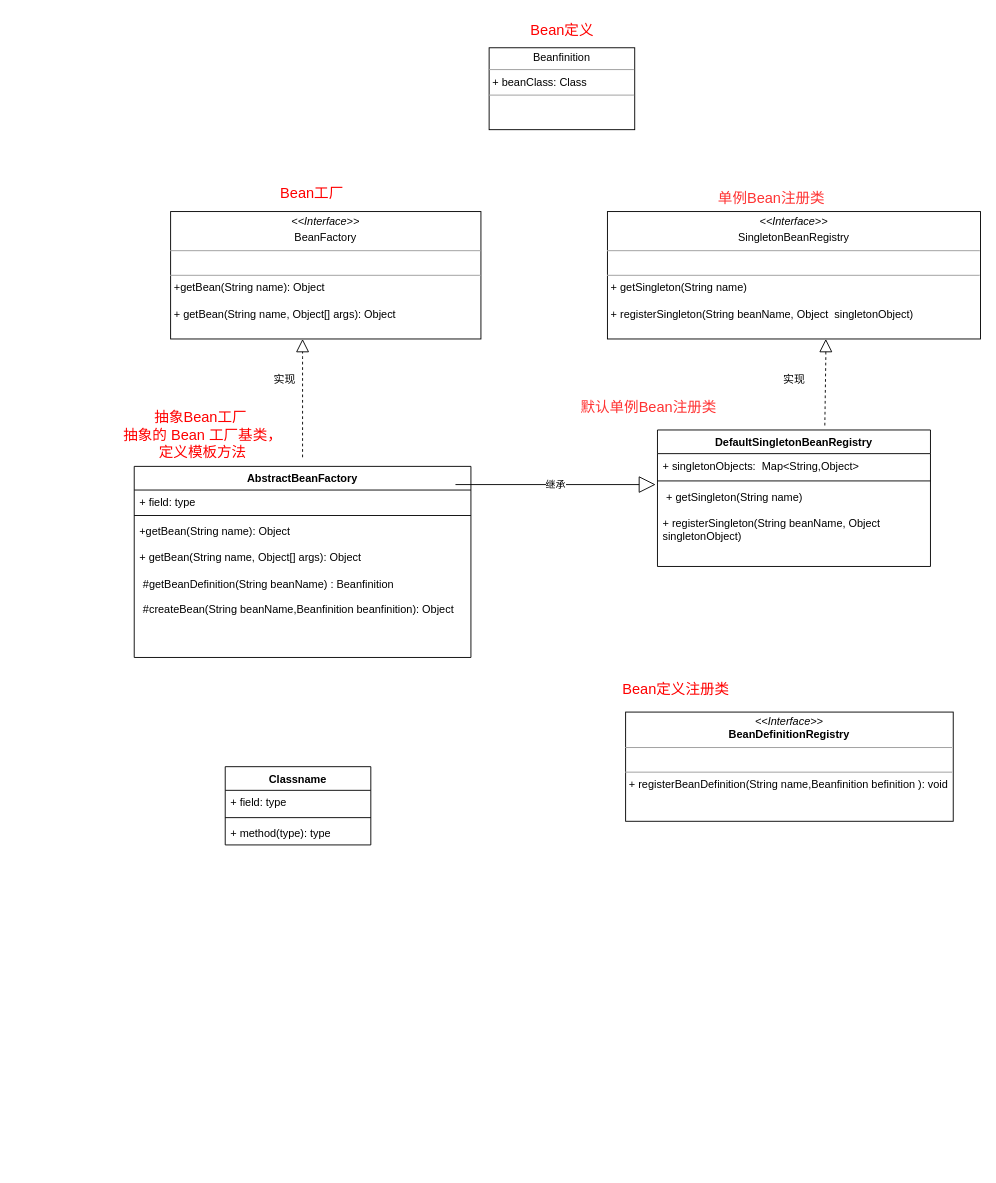
The draw.io diagram page "第 2 页" (2 of 2) of Spring框架-1.drawio in cmorwh/file_uml, before the edit. Source tidied: cells renumbered, new cells numbered last; positions are measured from the earlier drawing's top-left corner, leaving out a move shared by most shapes. Both pictures are drawn from the tidied source at 91%, with x=0, y=0 at pixel (111, 15).
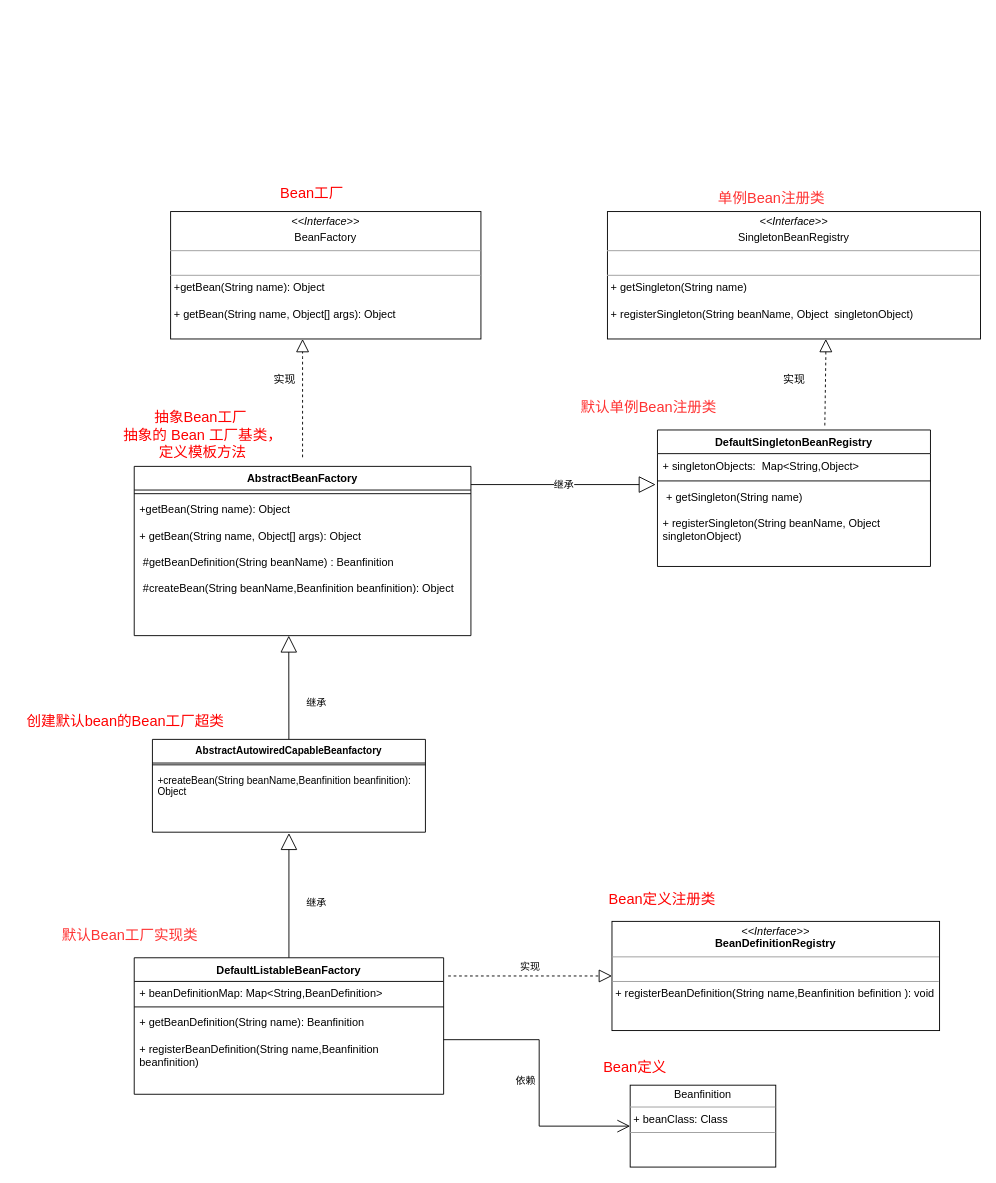
Above is the later version.

Commit message:
更新Spring框架-2-简单容器类图.drawio

Change to the diagram source:
```diff
@@
+    <mxCell id="29" style="edgeStyle=none;shape=connector;rounded=1;jettySize=auto;html=1;entryX=0.5;entryY=1.014;entryDx=0;entryDy=0;entryPerimeter=0;labelBackgroundColor=default;strokeColor=default;fontFamily=Helvetica;fontSize=11;fontColor=default;endArrow=block;endFill=0;endSize=16;" parent="1" edge="1" source="30" target="42">
+      <mxGeometry relative="1" as="geometry" />
+    </mxCell>
+    <mxCell id="30" value="DefaultListableBeanFactory" style="swimlane;fontStyle=1;align=center;verticalAlign=top;horizontal=1;startSize=26;whiteSpace=wrap;html=1;" parent="1" vertex="1">
+      <mxGeometry x="25" y="1035" width="340" height="150" as="geometry" />
+    </mxCell>
+    <mxCell id="31" value="+ beanDefinitionMap: Map&amp;lt;String,BeanDefinition&amp;gt;" style="text;strokeColor=none;fillColor=none;align=left;verticalAlign=top;spacingLeft=4;spacingRight=4;overflow=hidden;whiteSpace=wrap;html=1;" parent="30" vertex="1">
+      <mxGeometry y="26" width="340" height="24" as="geometry" />
+    </mxCell>
+    <mxCell id="32" style="line;strokeWidth=1;fillColor=none;align=left;verticalAlign=middle;spacingTop=-1;spacingLeft=3;spacingRight=3;labelPosition=right;strokeColor=inherit;" parent="30" vertex="1">
+      <mxGeometry y="50" width="340" height="8" as="geometry" />
+    </mxCell>
+    <mxCell id="33" value="&lt;div&gt;+ getBeanDefinition(String name): Beanfinition&lt;/div&gt;&lt;div&gt;&lt;br&gt;&lt;/div&gt;&lt;div&gt;+ registerBeanDefinition(String name,Beanfinition beanfinition)&lt;br&gt;&lt;/div&gt;" style="text;strokeColor=none;fillColor=none;align=left;verticalAlign=top;spacingLeft=4;spacingRight=4;overflow=hidden;whiteSpace=wrap;html=1;" parent="30" vertex="1">
+      <mxGeometry y="58" width="340" height="92" as="geometry" />
+    </mxCell>
@@
     <mxCell id="3" value="AbstractBeanFactory" style="swimlane;fontStyle=1;align=center;verticalAlign=top;horizontal=1;startSize=26;whiteSpace=wrap;html=1;" parent="1" vertex="1">
-      <mxGeometry x="25" y="495" width="370" height="210" as="geometry" />
+      <mxGeometry x="25" y="495" width="370" height="186" as="geometry" />
     </mxCell>
-    <mxCell id="4" value="+ field: type" style="text;strokeColor=none;fillColor=none;align=left;verticalAlign=top;spacingLeft=4;spacingRight=4;overflow=hidden;whiteSpace=wrap;html=1;" parent="3" vertex="1">
-      <mxGeometry y="26" width="370" height="24" as="geometry" />
-    </mxCell>
     <mxCell id="5" style="line;strokeWidth=1;fillColor=none;align=left;verticalAlign=middle;spacingTop=-1;spacingLeft=3;spacingRight=3;labelPosition=right;strokeColor=inherit;" parent="3" vertex="1">
-      <mxGeometry y="50" width="370" height="8" as="geometry" />
+      <mxGeometry y="26" width="370" height="8" as="geometry" />
     </mxCell>
     <mxCell id="6" value="&lt;div&gt;+getBean(String name): Object&lt;/div&gt;&lt;div&gt;&lt;br&gt;&lt;/div&gt;&lt;div&gt;+ getBean(String name, Object[] args): Object&lt;br&gt;&lt;br&gt;&lt;p style=&quot;margin:0px;margin-left:4px;&quot; align=&quot;left&quot;&gt;#getBeanDefinition(String beanName) : Beanfinition&lt;/p&gt;&lt;p style=&quot;margin:0px;margin-left:4px;&quot; align=&quot;left&quot;&gt;&lt;br&gt;&lt;/p&gt;&lt;p style=&quot;margin:0px;margin-left:4px;&quot; align=&quot;left&quot;&gt;#createBean(String beanName,Beanfinition beanfinition): Object&lt;br&gt;&lt;/p&gt;&lt;p style=&quot;margin:0px;margin-left:4px;&quot; align=&quot;left&quot;&gt;&lt;br&gt;&lt;/p&gt;&lt;br&gt;&lt;/div&gt;" style="text;strokeColor=none;fillColor=none;align=left;verticalAlign=top;spacingLeft=4;spacingRight=4;overflow=hidden;points=[[0,0.5],[1,0.5]];portConstraint=eastwest;whiteSpace=wrap;html=1;" parent="3" vertex="1">
-      <mxGeometry y="58" width="370" height="152" as="geometry" />
+      <mxGeometry y="34" width="370" height="152" as="geometry" />
     </mxCell>
@@
+    <mxCell id="27" value="&lt;p style=&quot;margin:0px;margin-top:4px;text-align:center;&quot;&gt;&lt;i&gt;&amp;lt;&amp;lt;Interface&amp;gt;&amp;gt;&lt;/i&gt;&lt;br&gt;&lt;b&gt;BeanDefinitionRegistry&lt;/b&gt;&lt;br&gt;&lt;/p&gt;&lt;hr size=&quot;1&quot;&gt;&lt;p style=&quot;margin:0px;margin-left:4px;&quot;&gt;&lt;br&gt;&lt;/p&gt;&lt;hr size=&quot;1&quot;&gt;&lt;p style=&quot;margin:0px;margin-left:4px;&quot;&gt;+ registerBeanDefinition(String name,Beanfinition befinition ): void&lt;br&gt;&lt;/p&gt;" style="verticalAlign=top;align=left;overflow=fill;fontSize=12;fontFamily=Helvetica;html=1;whiteSpace=wrap;fontColor=default;" parent="1" vertex="1">
+      <mxGeometry x="550" y="995" width="360" height="120" as="geometry" />
+    </mxCell>
+    <mxCell id="28" value="&lt;font style=&quot;font-size: 16px;&quot; color=&quot;#ff0000&quot;&gt;Bean定义注册类&lt;/font&gt;" style="text;html=1;align=center;verticalAlign=middle;strokeColor=none;fillColor=none;fontSize=11;fontFamily=Helvetica;fontColor=default;" parent="1" vertex="1">
+      <mxGeometry x="535" y="955" width="140" height="30" as="geometry" />
+    </mxCell>
+    <mxCell id="12" value="&lt;p style=&quot;margin:0px;margin-top:4px;text-align:center;&quot;&gt;Beanfinition&lt;/p&gt;&lt;hr size=&quot;1&quot;&gt;&lt;p style=&quot;margin:0px;margin-left:4px;&quot;&gt;+ beanClass: Class &lt;/p&gt;&lt;hr size=&quot;1&quot;&gt;&lt;p style=&quot;margin:0px;margin-left:4px;&quot;&gt;&lt;br&gt;&lt;/p&gt;" style="verticalAlign=top;align=left;overflow=fill;fontSize=12;fontFamily=Helvetica;html=1;whiteSpace=wrap;" parent="1" vertex="1">
+      <mxGeometry x="570" y="1175" width="160" height="90" as="geometry" />
+    </mxCell>
+    <mxCell id="34" style="endArrow=open;endFill=1;endSize=12;html=1;rounded=0;labelBackgroundColor=default;strokeColor=default;fontFamily=Helvetica;fontSize=11;fontColor=default;shape=connector;entryX=0;entryY=0.5;entryDx=0;entryDy=0;" parent="1" edge="1" target="12">
+      <mxGeometry relative="1" as="geometry">
+        <mxPoint x="365" y="1125" as="sourcePoint" />
+        <Array as="points">
+          <mxPoint x="470" y="1125" />
+          <mxPoint x="470" y="1220" />
+        </Array>
+      </mxGeometry>
+    </mxCell>
+    <mxCell id="35" value="依赖" style="text;html=1;align=center;verticalAlign=middle;strokeColor=none;fillColor=none;fontSize=11;fontFamily=Helvetica;fontColor=default;" parent="1" vertex="1">
+      <mxGeometry x="430" y="1155" width="50" height="30" as="geometry" />
+    </mxCell>
+    <mxCell id="36" style="endArrow=block;dashed=1;endFill=0;endSize=12;html=1;rounded=0;strokeColor=default;entryX=0;entryY=0.5;entryDx=0;entryDy=0;" parent="1" edge="1" target="27">
+      <mxGeometry relative="1" as="geometry">
+        <mxPoint x="370" y="1055" as="sourcePoint" />
+        <Array as="points">
+          <mxPoint x="450" y="1055" />
+        </Array>
+      </mxGeometry>
+    </mxCell>
+    <mxCell id="37" value="实现" style="text;html=1;align=center;verticalAlign=middle;strokeColor=none;fillColor=none;fontSize=11;fontFamily=Helvetica;fontColor=default;" parent="1" vertex="1">
+      <mxGeometry x="435" y="1030" width="50" height="30" as="geometry" />
+    </mxCell>
@@
-    <mxCell id="12" value="&lt;p style=&quot;margin:0px;margin-top:4px;text-align:center;&quot;&gt;Beanfinition&lt;/p&gt;&lt;hr size=&quot;1&quot;&gt;&lt;p style=&quot;margin:0px;margin-left:4px;&quot;&gt;+ beanClass: Class &lt;/p&gt;&lt;hr size=&quot;1&quot;&gt;&lt;p style=&quot;margin:0px;margin-left:4px;&quot;&gt;&lt;br&gt;&lt;/p&gt;" style="verticalAlign=top;align=left;overflow=fill;fontSize=12;fontFamily=Helvetica;html=1;whiteSpace=wrap;" parent="1" vertex="1">
-      <mxGeometry x="415" y="35" width="160" height="90" as="geometry" />
-    </mxCell>
-    <mxCell id="13" value="&lt;font style=&quot;font-size: 16px;&quot;&gt;Bean定义&lt;/font&gt;" style="text;html=1;align=center;verticalAlign=middle;strokeColor=none;fillColor=none;fontColor=#FF0000;" parent="1" vertex="1">
-      <mxGeometry x="450" width="90" height="30" as="geometry" />
-    </mxCell>
@@
-    <mxCell id="21" value="Classname" style="swimlane;fontStyle=1;align=center;verticalAlign=top;horizontal=1;startSize=26;whiteSpace=wrap;html=1;" parent="1" vertex="1">
-      <mxGeometry x="125" y="825" width="160" height="86" as="geometry" />
-    </mxCell>
-    <mxCell id="22" value="+ field: type" style="text;strokeColor=none;fillColor=none;align=left;verticalAlign=top;spacingLeft=4;spacingRight=4;overflow=hidden;whiteSpace=wrap;html=1;" parent="21" vertex="1">
-      <mxGeometry y="26" width="160" height="26" as="geometry" />
-    </mxCell>
-    <mxCell id="23" style="line;strokeWidth=1;fillColor=none;align=left;verticalAlign=middle;spacingTop=-1;spacingLeft=3;spacingRight=3;labelPosition=right;strokeColor=inherit;" parent="21" vertex="1">
-      <mxGeometry y="52" width="160" height="8" as="geometry" />
-    </mxCell>
-    <mxCell id="24" value="+ method(type): type" style="text;strokeColor=none;fillColor=none;align=left;verticalAlign=top;spacingLeft=4;spacingRight=4;overflow=hidden;whiteSpace=wrap;html=1;" parent="21" vertex="1">
-      <mxGeometry y="60" width="160" height="26" as="geometry" />
-    </mxCell>
     <mxCell id="25" value="继承" style="endArrow=block;endSize=16;endFill=0;html=1;rounded=1;labelBackgroundColor=default;strokeColor=default;fontFamily=Helvetica;fontSize=11;fontColor=default;shape=connector;" parent="1" edge="1">
       <mxGeometry relative="1" as="geometry">
-        <mxPoint x="378" y="515" as="sourcePoint" />
+        <mxPoint x="395" y="515" as="sourcePoint" />
         <mxPoint x="598" y="515" as="targetPoint" />
       </mxGeometry>
     </mxCell>
@@
-    <mxCell id="27" value="&lt;p style=&quot;margin:0px;margin-top:4px;text-align:center;&quot;&gt;&lt;i&gt;&amp;lt;&amp;lt;Interface&amp;gt;&amp;gt;&lt;/i&gt;&lt;br&gt;&lt;b&gt;BeanDefinitionRegistry&lt;/b&gt;&lt;br&gt;&lt;/p&gt;&lt;hr size=&quot;1&quot;&gt;&lt;p style=&quot;margin:0px;margin-left:4px;&quot;&gt;&lt;br&gt;&lt;/p&gt;&lt;hr size=&quot;1&quot;&gt;&lt;p style=&quot;margin:0px;margin-left:4px;&quot;&gt;+ registerBeanDefinition(String name,Beanfinition befinition ): void&lt;br&gt;&lt;/p&gt;" style="verticalAlign=top;align=left;overflow=fill;fontSize=12;fontFamily=Helvetica;html=1;whiteSpace=wrap;fontColor=default;" parent="1" vertex="1">
-      <mxGeometry x="565" y="765" width="360" height="120" as="geometry" />
-    </mxCell>
-    <mxCell id="28" value="&lt;font style=&quot;font-size: 16px;&quot; color=&quot;#ff0000&quot;&gt;Bean定义注册类&lt;/font&gt;" style="text;html=1;align=center;verticalAlign=middle;strokeColor=none;fillColor=none;fontSize=11;fontFamily=Helvetica;fontColor=default;" parent="1" vertex="1">
-      <mxGeometry x="550" y="725" width="140" height="30" as="geometry" />
-    </mxCell>
+    <mxCell id="38" value="&lt;font style=&quot;font-size: 16px;&quot; color=&quot;#ff3333&quot;&gt;默认Bean工厂实现类&lt;/font&gt;" style="text;html=1;align=center;verticalAlign=middle;strokeColor=none;fillColor=none;fontSize=11;fontFamily=Helvetica;fontColor=default;" parent="1" vertex="1">
+      <mxGeometry x="-65" y="995" width="170" height="30" as="geometry" />
+    </mxCell>
+    <mxCell id="39" style="edgeStyle=none;shape=connector;rounded=1;jettySize=auto;html=1;entryX=0.459;entryY=1;entryDx=0;entryDy=0;entryPerimeter=0;labelBackgroundColor=default;strokeColor=default;fontFamily=Helvetica;fontSize=11;fontColor=default;endArrow=block;endFill=0;endSize=16;" parent="1" edge="1" source="40" target="6">
+      <mxGeometry relative="1" as="geometry" />
+    </mxCell>
+    <mxCell id="40" value="AbstractAutowiredCapableBeanfactory" style="swimlane;fontStyle=1;align=center;verticalAlign=top;horizontal=1;startSize=26;whiteSpace=wrap;html=1;fontFamily=Helvetica;fontSize=11;fontColor=default;" parent="1" vertex="1">
+      <mxGeometry x="45" y="795" width="300" height="102" as="geometry" />
+    </mxCell>
+    <mxCell id="41" style="line;strokeWidth=1;fillColor=none;align=left;verticalAlign=middle;spacingTop=-1;spacingLeft=3;spacingRight=3;labelPosition=right;strokeColor=inherit;fontFamily=Helvetica;fontSize=11;fontColor=default;" parent="40" vertex="1">
+      <mxGeometry y="24" width="300" height="8" as="geometry" />
+    </mxCell>
+    <mxCell id="42" value="+createBean(String beanName,Beanfinition beanfinition): Object" style="text;strokeColor=none;fillColor=none;align=left;verticalAlign=top;spacingLeft=4;spacingRight=4;overflow=hidden;points=[[0,0.5],[1,0.5]];portConstraint=eastwest;whiteSpace=wrap;html=1;fontSize=11;fontFamily=Helvetica;fontColor=default;" parent="40" vertex="1">
+      <mxGeometry y="32" width="300" height="70" as="geometry" />
+    </mxCell>
+    <mxCell id="43" value="继承" style="text;html=1;align=center;verticalAlign=middle;strokeColor=none;fillColor=none;fontSize=11;fontFamily=Helvetica;fontColor=default;" parent="1" vertex="1">
+      <mxGeometry x="200" y="740" width="50" height="30" as="geometry" />
+    </mxCell>
+    <mxCell id="44" value="继承" style="text;html=1;align=center;verticalAlign=middle;strokeColor=none;fillColor=none;fontSize=11;fontFamily=Helvetica;fontColor=default;" parent="1" vertex="1">
+      <mxGeometry x="200" y="960" width="50" height="30" as="geometry" />
+    </mxCell>
+    <mxCell id="13" value="&lt;font style=&quot;font-size: 16px;&quot; color=&quot;#ff0000&quot;&gt;Bean定义&lt;/font&gt;" style="text;html=1;align=center;verticalAlign=middle;strokeColor=none;fillColor=none;fontSize=11;fontFamily=Helvetica;fontColor=default;" parent="1" vertex="1">
+      <mxGeometry x="530" y="1140" width="90" height="30" as="geometry" />
+    </mxCell>
+    <mxCell id="45" value="&lt;font style=&quot;font-size: 16px;&quot; color=&quot;#ff0000&quot;&gt;创建默认bean的Bean工厂超类&lt;/font&gt;" style="text;html=1;align=center;verticalAlign=middle;strokeColor=none;fillColor=none;fontSize=11;fontFamily=Helvetica;fontColor=default;" parent="1" vertex="1">
+      <mxGeometry x="-105" y="760" width="240" height="30" as="geometry" />
+    </mxCell>
```
